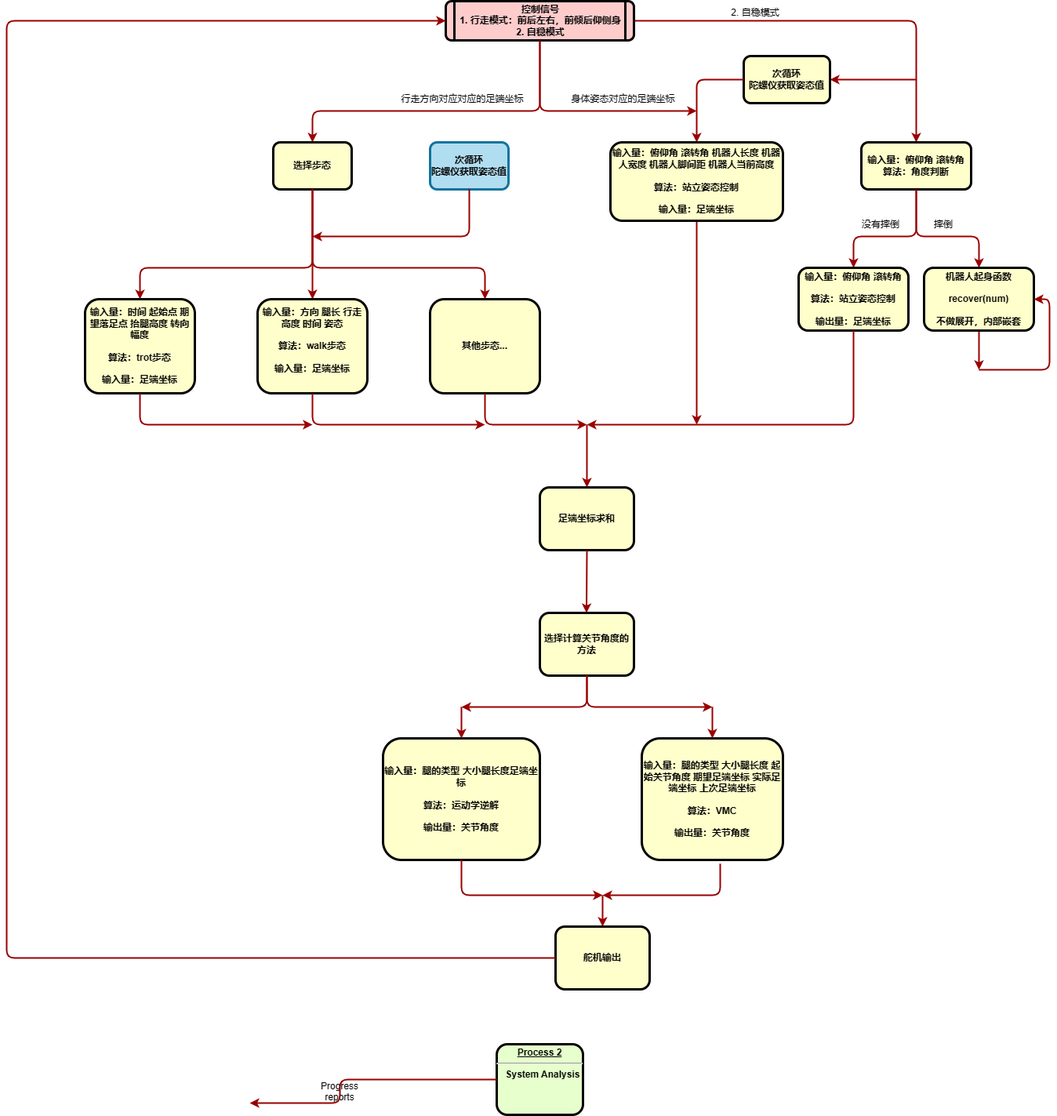
The draw.io diagram 机器人总体流程.drawio.png in KAZAMA-DREAM/picture, before a commit. Source tidied: cells renumbered, new cells last; positions are measured from the earlier drawing's top-left corner, leaving out a move shared by most shapes.
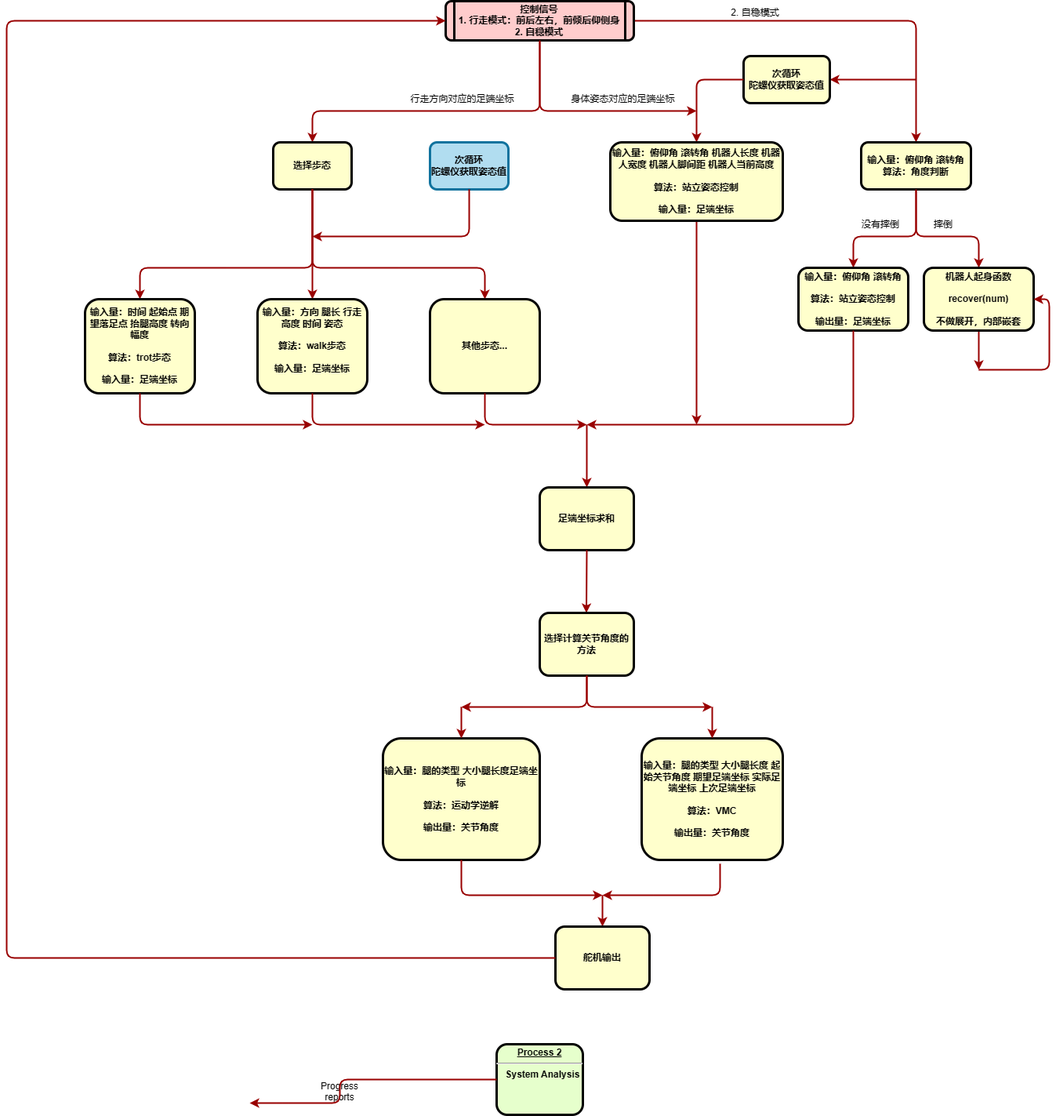
After the commit.

Commit message:
更新机器人总体流程.drawio.png

Change to the diagram source:
```diff
@@ -123,7 +123,7 @@
     <mxCell id="25" value="身体姿态对应的足端坐标" style="text;html=1;strokeColor=none;fillColor=none;align=center;verticalAlign=middle;whiteSpace=wrap;rounded=0;" parent="1" vertex="1">
       <mxGeometry x="750" y="110" width="153" height="30" as="geometry" />
     </mxCell>
-    <mxCell id="26" value="行走方向对应对应的足端坐标" style="text;html=1;strokeColor=none;fillColor=none;align=center;verticalAlign=middle;whiteSpace=wrap;rounded=0;" parent="1" vertex="1">
+    <mxCell id="26" value="行走方向对应的足端坐标" style="text;html=1;strokeColor=none;fillColor=none;align=center;verticalAlign=middle;whiteSpace=wrap;rounded=0;" parent="1" vertex="1">
       <mxGeometry x="540" y="110" width="163" height="30" as="geometry" />
     </mxCell>
     <mxCell id="27" value="选择步态" style="whiteSpace=wrap;align=center;verticalAlign=middle;fontStyle=1;strokeWidth=3;fillColor=#FFFFCC;rounded=1;" parent="1" vertex="1">
```
